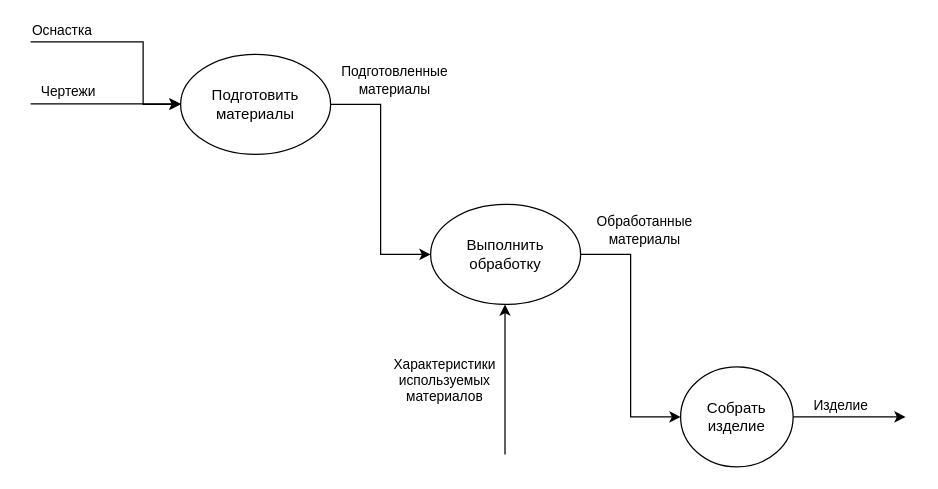
This is mbp23_2.drawio from v-tempe/draw.io, a draw.io file, before an edit. Source tidied: cells renumbered, new cells numbered last; positions are measured from the earlier drawing's top-left corner, leaving out a move shared by most shapes. Both pictures are drawn from the tidied source at 125%, with x=0, y=0 at pixel (30, 41).
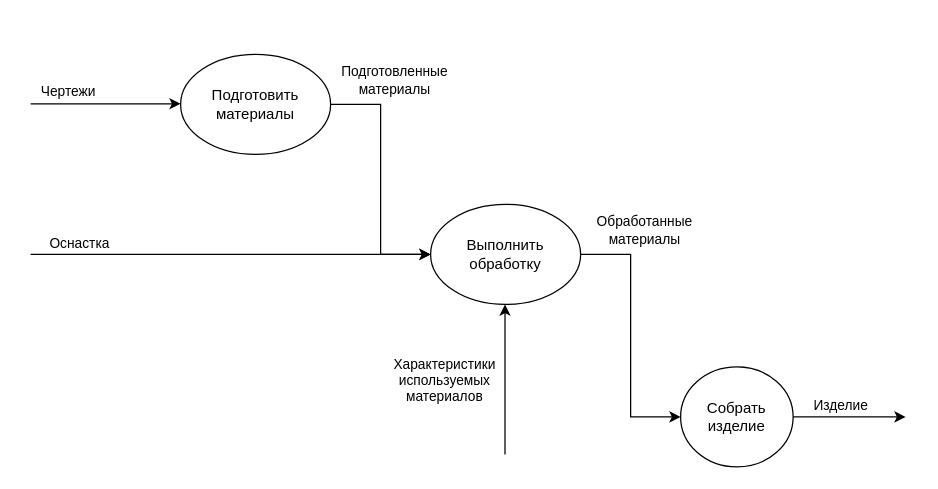
The same page after the edit.

Unchanged cells that the change refers to:
```xml
<mxCell id="7" value="Выполнить обработку" style="ellipse;whiteSpace=wrap;html=1;" parent="1" vertex="1">
  <mxGeometry x="320" y="130" width="120" height="80" as="geometry" />
</mxCell>
```

Diff of the diagram source:
```diff
@@
-    <mxCell id="11" style="edgeStyle=orthogonalEdgeStyle;rounded=0;orthogonalLoop=1;jettySize=auto;html=1;exitX=1;exitY=0.5;exitDx=0;exitDy=0;" parent="1" edge="1">
+    <mxCell id="11" style="edgeStyle=orthogonalEdgeStyle;rounded=0;jettySize=auto;html=1;entryX=0;entryY=0.5;entryDx=0;entryDy=0;" parent="1" edge="1" target="7">
       <mxGeometry relative="1" as="geometry">
-        <mxPoint as="sourcePoint" />
-        <mxPoint x="120" y="50" as="targetPoint" />
+        <mxPoint y="170" as="sourcePoint" />
         <Array as="points">
-          <mxPoint x="90" />
-          <mxPoint x="90" y="50" />
+          <mxPoint y="170" />
         </Array>
       </mxGeometry>
     </mxCell>
```
